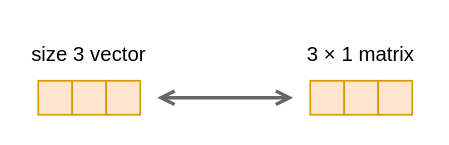
Earlier version of the draw.io diagram book/images/no-math/vector-or-matrix.drawio (yshavit/llm-notes). Source tidied: cells renumbered, new cells numbered last; positions are measured from the earlier drawing's top-left corner, leaving out a move shared by most shapes. Both pictures are drawn from the tidied source at 170%, with x=0, y=0 at pixel (29, 29).
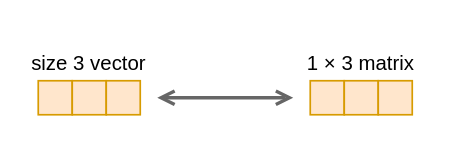
After the change.

Change to the diagram source:
```diff
@@
 <mxGraphModel>
   <root>
     <mxCell id="0" />
     <mxCell id="1" parent="0" />
     <mxCell id="2" style="whiteSpace=wrap;html=1;fillColor=#ffe6cc;strokeColor=#d79b00;" parent="1" vertex="1">
       <mxGeometry x="5" y="30" width="20" height="20" as="geometry" />
     </mxCell>
     <mxCell id="3" style="whiteSpace=wrap;html=1;fillColor=#ffe6cc;strokeColor=#d79b00;" parent="1" vertex="1">
       <mxGeometry x="25" y="30" width="20" height="20" as="geometry" />
     </mxCell>
     <mxCell id="4" style="whiteSpace=wrap;html=1;fillColor=#ffe6cc;strokeColor=#d79b00;" parent="1" vertex="1">
       <mxGeometry x="45" y="30" width="20" height="20" as="geometry" />
     </mxCell>
     <mxCell id="5" style="whiteSpace=wrap;html=1;fillColor=#ffe6cc;strokeColor=#d79b00;" parent="1" vertex="1">
       <mxGeometry x="165" y="30" width="20" height="20" as="geometry" />
     </mxCell>
     <mxCell id="6" style="whiteSpace=wrap;html=1;fillColor=#ffe6cc;strokeColor=#d79b00;" parent="1" vertex="1">
       <mxGeometry x="185" y="30" width="20" height="20" as="geometry" />
     </mxCell>
     <mxCell id="7" style="whiteSpace=wrap;html=1;fillColor=#ffe6cc;strokeColor=#d79b00;" parent="1" vertex="1">
       <mxGeometry x="205" y="30" width="20" height="20" as="geometry" />
     </mxCell>
     <mxCell id="8" style="endArrow=open;startArrow=open;html=1;rounded=0;strokeWidth=2;fillColor=#f5f5f5;strokeColor=#666666;endFill=0;startFill=0;" parent="1" edge="1">
       <mxGeometry relative="1" as="geometry">
         <mxPoint x="75" y="40" as="sourcePoint" />
         <mxPoint x="155" y="40" as="targetPoint" />
       </mxGeometry>
     </mxCell>
     <mxCell id="9" value="size 3 vector" style="text;html=1;whiteSpace=wrap;strokeColor=none;fillColor=none;align=center;verticalAlign=middle;rounded=0;" parent="1" vertex="1">
-      <mxGeometry width="70" height="30" as="geometry" />
+      <mxGeometry y="10" width="70" height="20" as="geometry" />
     </mxCell>
-    <mxCell id="10" value="3&amp;nbsp;× 1 matrix" style="text;html=1;whiteSpace=wrap;strokeColor=none;fillColor=none;align=center;verticalAlign=middle;rounded=0;" parent="1" vertex="1">
-      <mxGeometry x="160" width="70" height="30" as="geometry" />
+    <mxCell id="10" value="1 × 3 matrix" style="text;html=1;whiteSpace=wrap;strokeColor=none;fillColor=none;align=center;verticalAlign=middle;rounded=0;" parent="1" vertex="1">
+      <mxGeometry x="160" y="10" width="70" height="20" as="geometry" />
     </mxCell>
   </root>
 </mxGraphModel>
```
